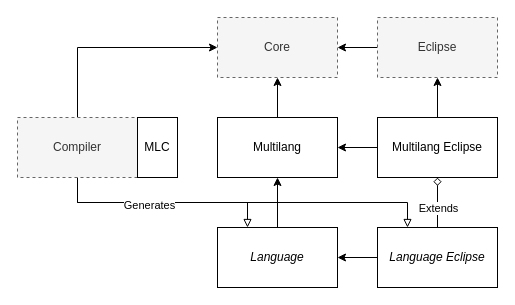
AZWN/Spoofax-pie-diagrams keeps this draw.io diagram as page "General Architecture" (23 of 26) of Spoofax3 Diagrams.drawio. Above is the earlier version. Source tidied: cells renumbered, new cells numbered last; positions are measured from the earlier drawing's top-left corner, leaving out a move shared by most shapes. Both pictures are drawn from the tidied source at 100%, with x=0, y=0 at pixel (17, 17).
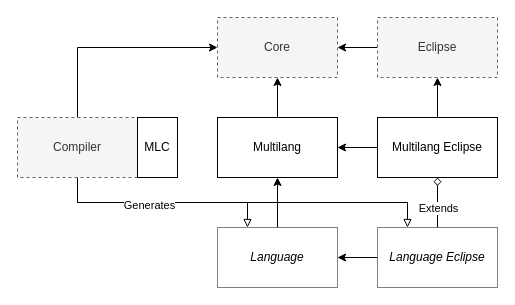
The same page after the edit.

Change to the diagram source:
```diff
@@
-    <mxCell id="11" value="&lt;i&gt;Language&lt;/i&gt;" style="rounded=0;whiteSpace=wrap;html=1;" parent="1" vertex="1">
+    <mxCell id="11" value="&lt;i&gt;Language&lt;/i&gt;" style="rounded=0;whiteSpace=wrap;html=1;dashed=1;dashPattern=1 1;" parent="1" vertex="1">
       <mxGeometry x="200" y="210" width="120" height="60" as="geometry" />
     </mxCell>
@@
-    <mxCell id="15" value="&lt;div&gt;&lt;i&gt;&lt;i&gt;Language&lt;/i&gt; Eclipse&lt;/i&gt;&lt;br&gt;&lt;/div&gt;" style="rounded=0;whiteSpace=wrap;html=1;" parent="1" vertex="1">
+    <mxCell id="15" value="&lt;div&gt;&lt;i&gt;&lt;i&gt;Language&lt;/i&gt; Eclipse&lt;/i&gt;&lt;br&gt;&lt;/div&gt;" style="rounded=0;whiteSpace=wrap;html=1;dashed=1;dashPattern=1 1;" parent="1" vertex="1">
       <mxGeometry x="360" y="210" width="120" height="60" as="geometry" />
     </mxCell>
```
